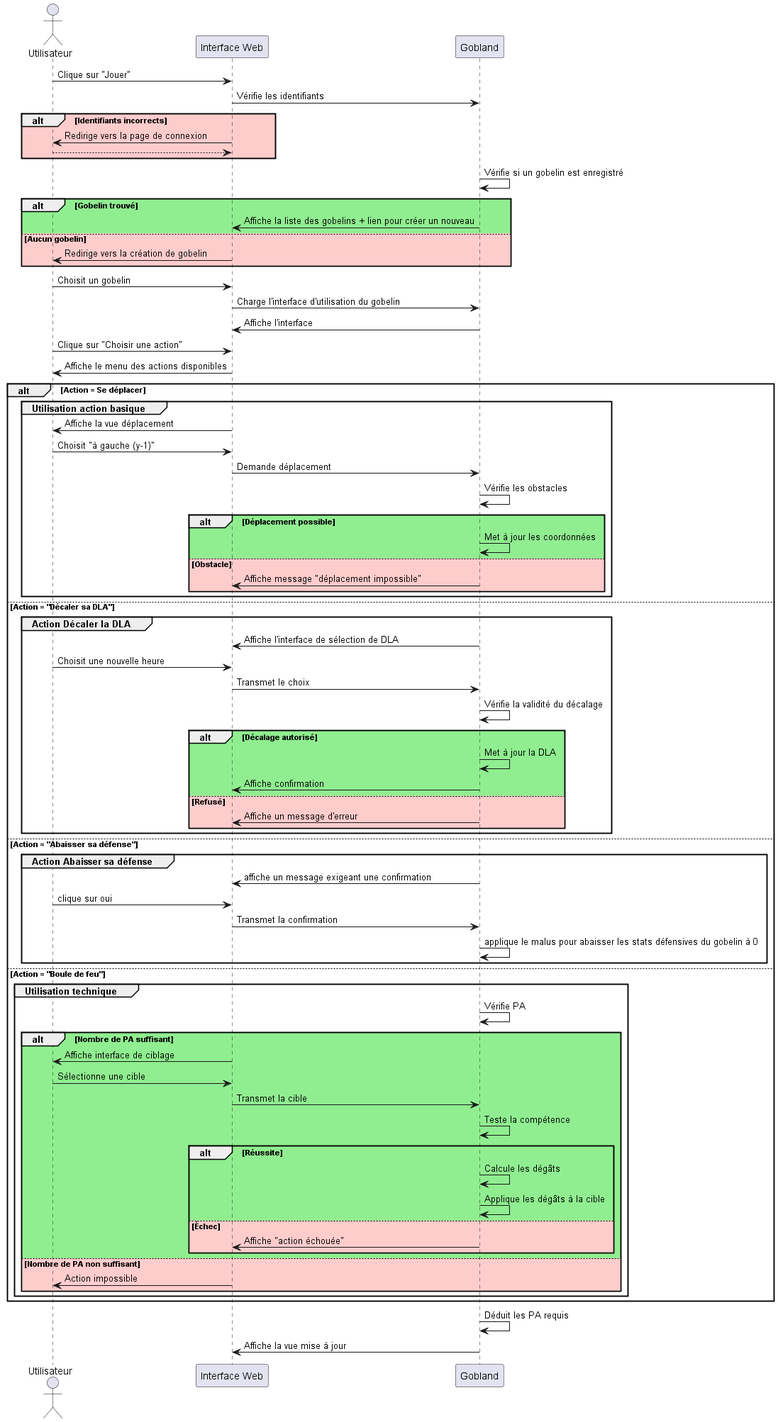
Earlier version of the PlantUML export docs/UML/sequency/picture/sequency_action.png (SjSlayde/goblangtest).
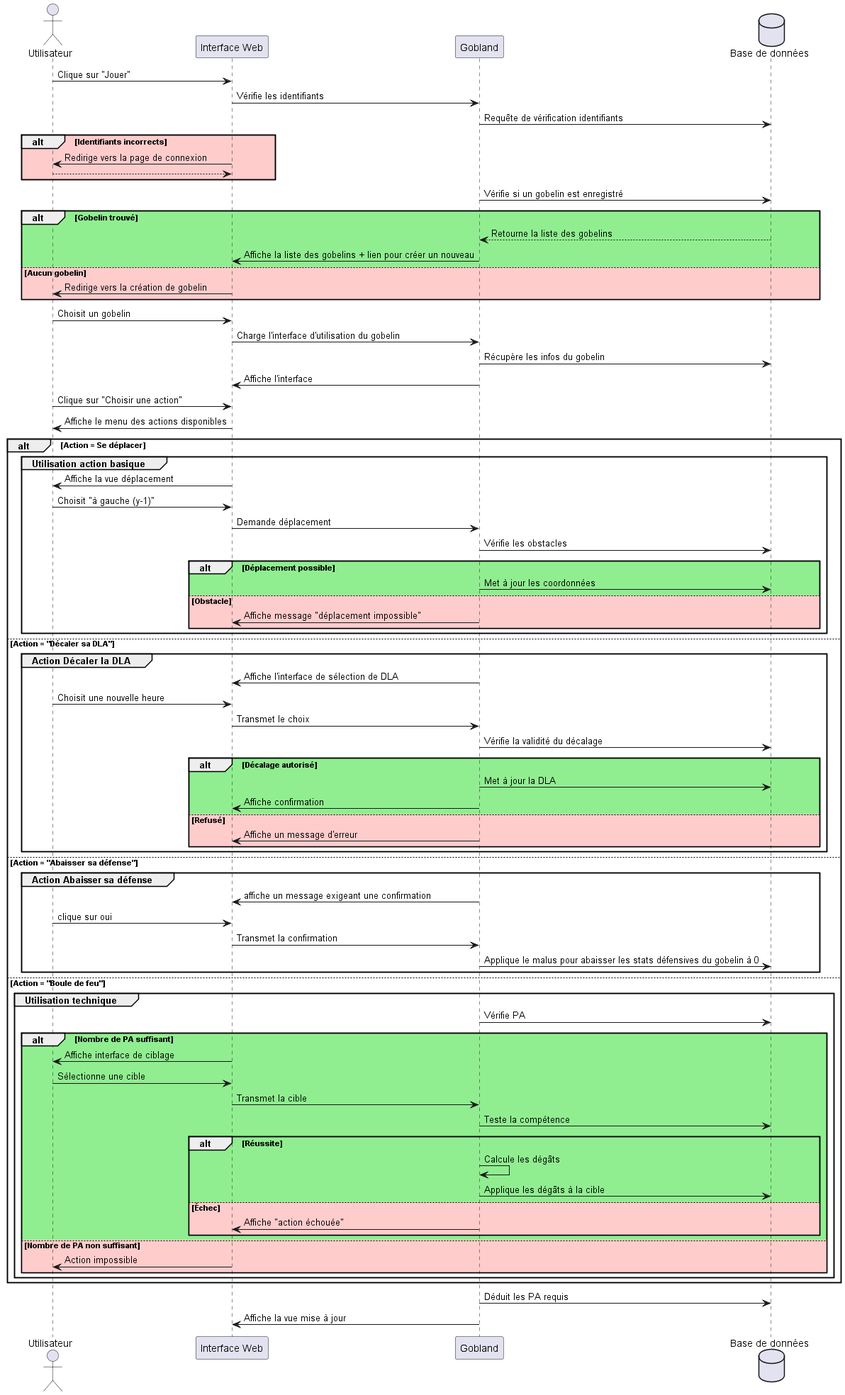
Later version of the same file.

Diff of the diagram source:
```diff
@@ -2,16 +2,19 @@
 actor Utilisateur
 participant "Interface Web" as UI
 participant "Gobland" as System
+database "Base de données" as DB
 
 Utilisateur -> UI : Clique sur "Jouer"
 UI -> System : Vérifie les identifiants
+System -> DB : Requête de vérification identifiants
 alt #FFCCCC Identifiants incorrects
     UI -> Utilisateur : Redirige vers la page de connexion
     return
 end
 
-System -> System : Vérifie si un gobelin est enregistré
+System -> DB : Vérifie si un gobelin est enregistré
 alt #lightgreen Gobelin trouvé
+    DB --> System : Retourne la liste des gobelins
     System -> UI : Affiche la liste des gobelins + lien pour créer un nouveau
 else #FFCCCC Aucun gobelin
     UI -> Utilisateur : Redirige vers la création de gobelin
@@ -19,6 +22,7 @@
 
 Utilisateur -> UI : Choisit un gobelin
 UI -> System : Charge l'interface d'utilisation du gobelin
+System -> DB : Récupère les infos du gobelin
 System -> UI : Affiche l'interface
 
 Utilisateur -> UI : Clique sur "Choisir une action"
@@ -29,9 +33,9 @@
         UI -> Utilisateur : Affiche la vue déplacement
         Utilisateur -> UI : Choisit "à gauche (y-1)"
         UI -> System : Demande déplacement
-        System -> System : Vérifie les obstacles
+        System -> DB : Vérifie les obstacles
         alt #lightgreen Déplacement possible
-            System -> System : Met à jour les coordonnées
+            System -> DB : Met à jour les coordonnées
         else #FFCCCC Obstacle
             System -> UI : Affiche message "déplacement impossible"
         end
@@ -42,9 +46,9 @@
         System -> UI : Affiche l'interface de sélection de DLA
         Utilisateur -> UI : Choisit une nouvelle heure
         UI -> System : Transmet le choix
-        System -> System : Vérifie la validité du décalage
+        System -> DB : Vérifie la validité du décalage
         alt #lightgreen Décalage autorisé
-            System -> System : Met à jour la DLA
+            System -> DB : Met à jour la DLA
             System -> UI : Affiche confirmation
         else #FFCCCC Refusé
             System -> UI : Affiche un message d'erreur
@@ -56,20 +60,20 @@
         System -> UI : affiche un message exigeant une confirmation
         Utilisateur -> UI : clique sur oui
         UI -> System : Transmet la confirmation
-        System -> System : applique le malus pour abaisser les stats défensives du gobelin à 0
+        System -> DB : Applique le malus pour abaisser les stats défensives du gobelin à 0
     end group
 
 else Action = "Boule de feu"
     group Utilisation technique
-        System -> System : Vérifie PA
+        System -> DB : Vérifie PA
         alt #lightgreen Nombre de PA suffisant
             UI -> Utilisateur : Affiche interface de ciblage
             Utilisateur -> UI : Sélectionne une cible
             UI -> System : Transmet la cible
-            System -> System : Teste la compétence
+            System -> DB : Teste la compétence
             alt #lightgreen Réussite
                 System -> System : Calcule les dégâts
-                System -> System : Applique les dégâts à la cible
+                System -> DB : Applique les dégâts à la cible
             else #FFCCCC Échec
                 System -> UI : Affiche "action échouée"
             end
@@ -78,6 +82,7 @@
         end
     end group
 end
-System -> System : Déduit les PA requis
+
+System -> DB : Déduit les PA requis
 System -> UI : Affiche la vue mise à jour
 @enduml
```
